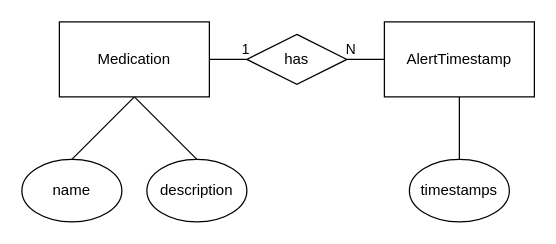
This is doc/images/raw/entity_relationship_diagram.drawio from eco3/Medify, a draw.io file, before an edit. Source tidied: cells renumbered, new cells numbered last; positions are measured from the earlier drawing's top-left corner, leaving out a move shared by most shapes. Both pictures are drawn from the tidied source at 125%, with x=0, y=0 at pixel (21, 21).
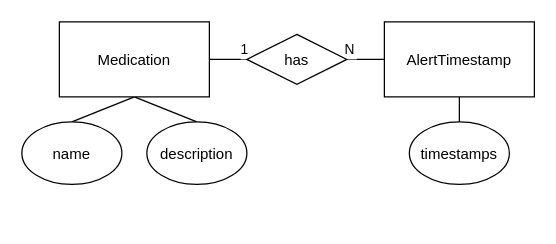
The same diagram, later.

What changed in the source:
```diff
@@
 <mxGraphModel>
   <root>
     <mxCell id="0" />
     <mxCell id="1" parent="0" />
-    <mxCell id="2" style="rounded=0;jettySize=auto;html=1;exitX=0.5;exitY=1;exitDx=0;exitDy=0;entryX=0.5;entryY=0;entryDx=0;entryDy=0;endArrow=none;endFill=0;" parent="1" edge="1" source="6" target="9">
+    <mxCell id="2" style="rounded=0;jettySize=auto;exitX=0.5;exitY=1;exitDx=0;exitDy=0;entryX=0.5;entryY=0;entryDx=0;entryDy=0;endArrow=none;endFill=0;" parent="1" edge="1" source="6" target="9">
       <mxGeometry relative="1" as="geometry" />
     </mxCell>
-    <mxCell id="3" style="edgeStyle=none;rounded=0;jettySize=auto;html=1;exitX=0.5;exitY=1;exitDx=0;exitDy=0;entryX=0.5;entryY=0;entryDx=0;entryDy=0;endArrow=none;endFill=0;" parent="1" edge="1" source="6" target="10">
+    <mxCell id="3" style="edgeStyle=none;rounded=0;jettySize=auto;exitX=0.5;exitY=1;exitDx=0;exitDy=0;entryX=0.5;entryY=0;entryDx=0;entryDy=0;endArrow=none;endFill=0;" parent="1" edge="1" source="6" target="10">
       <mxGeometry relative="1" as="geometry" />
     </mxCell>
-    <mxCell id="4" style="edgeStyle=orthogonalEdgeStyle;rounded=0;jettySize=auto;html=1;endArrow=none;endFill=0;" parent="1" edge="1" source="6" target="14">
+    <mxCell id="4" style="edgeStyle=orthogonalEdgeStyle;rounded=0;jettySize=auto;endArrow=none;endFill=0;" parent="1" edge="1" source="6" target="14">
       <mxGeometry relative="1" as="geometry" />
     </mxCell>
-    <mxCell id="5" value="1" style="edgeLabel;html=1;align=center;verticalAlign=bottom;labelPosition=center;verticalLabelPosition=top;" parent="4" vertex="1">
+    <mxCell id="5" value="1" style="edgeLabel;align=center;verticalAlign=bottom;labelPosition=center;verticalLabelPosition=top;" parent="4" vertex="1">
       <mxGeometry x="0.92" relative="1" as="geometry" />
     </mxCell>
-    <mxCell id="6" value="Medication" style="rounded=0;whiteSpace=wrap;html=1;" parent="1" vertex="1">
+    <mxCell id="6" value="Medication" style="rounded=0;" parent="1" vertex="1">
       <mxGeometry x="30" width="120" height="60" as="geometry" />
     </mxCell>
-    <mxCell id="7" style="edgeStyle=none;rounded=0;jettySize=auto;html=1;exitX=0.5;exitY=1;exitDx=0;exitDy=0;entryX=0.5;entryY=0;entryDx=0;entryDy=0;endArrow=none;endFill=0;" parent="1" edge="1" source="8" target="11">
+    <mxCell id="7" style="edgeStyle=none;rounded=0;jettySize=auto;exitX=0.5;exitY=1;exitDx=0;exitDy=0;entryX=0.5;entryY=0;entryDx=0;entryDy=0;endArrow=none;endFill=0;" parent="1" edge="1" source="8" target="11">
       <mxGeometry relative="1" as="geometry" />
     </mxCell>
-    <mxCell id="8" value="AlertTimestamp" style="rounded=0;whiteSpace=wrap;html=1;" parent="1" vertex="1">
+    <mxCell id="8" value="AlertTimestamp" style="rounded=0;" parent="1" vertex="1">
       <mxGeometry x="290" width="120" height="60" as="geometry" />
     </mxCell>
-    <mxCell id="9" value="name" style="ellipse;whiteSpace=wrap;html=1;" parent="1" vertex="1">
-      <mxGeometry y="110" width="80" height="50" as="geometry" />
+    <mxCell id="9" value="name" style="ellipse;" parent="1" vertex="1">
+      <mxGeometry y="80" width="80" height="50" as="geometry" />
     </mxCell>
-    <mxCell id="10" value="description" style="ellipse;whiteSpace=wrap;html=1;" parent="1" vertex="1">
-      <mxGeometry x="100" y="110" width="80" height="50" as="geometry" />
+    <mxCell id="10" value="description" style="ellipse;" parent="1" vertex="1">
+      <mxGeometry x="100" y="80" width="80" height="50" as="geometry" />
     </mxCell>
-    <mxCell id="11" value="timestamps" style="ellipse;whiteSpace=wrap;html=1;" parent="1" vertex="1">
-      <mxGeometry x="310" y="110" width="80" height="50" as="geometry" />
+    <mxCell id="11" value="timestamps" style="ellipse;" parent="1" vertex="1">
+      <mxGeometry x="310" y="80" width="80" height="50" as="geometry" />
     </mxCell>
-    <mxCell id="12" style="edgeStyle=orthogonalEdgeStyle;rounded=0;jettySize=auto;html=1;exitX=1;exitY=0.5;exitDx=0;exitDy=0;entryX=0;entryY=0.5;entryDx=0;entryDy=0;endArrow=none;endFill=0;" parent="1" edge="1" source="14" target="8">
+    <mxCell id="12" style="edgeStyle=orthogonalEdgeStyle;rounded=0;jettySize=auto;exitX=1;exitY=0.5;exitDx=0;exitDy=0;entryX=0;entryY=0.5;entryDx=0;entryDy=0;endArrow=none;endFill=0;" parent="1" edge="1" source="14" target="8">
       <mxGeometry relative="1" as="geometry" />
     </mxCell>
-    <mxCell id="13" value="N" style="edgeLabel;html=1;align=center;verticalAlign=bottom;labelPosition=center;verticalLabelPosition=top;" parent="12" vertex="1">
+    <mxCell id="13" value="N" style="edgeLabel;align=center;verticalAlign=bottom;labelPosition=center;verticalLabelPosition=top;" parent="12" vertex="1">
       <mxGeometry x="-0.87" relative="1" as="geometry" />
     </mxCell>
-    <mxCell id="14" value="has" style="rhombus;whiteSpace=wrap;html=1;rounded=0;" parent="1" vertex="1">
+    <mxCell id="14" value="has" style="rhombus;rounded=0;" parent="1" vertex="1">
       <mxGeometry x="180" y="10" width="80" height="40" as="geometry" />
     </mxCell>
   </root>
 </mxGraphModel>
```
